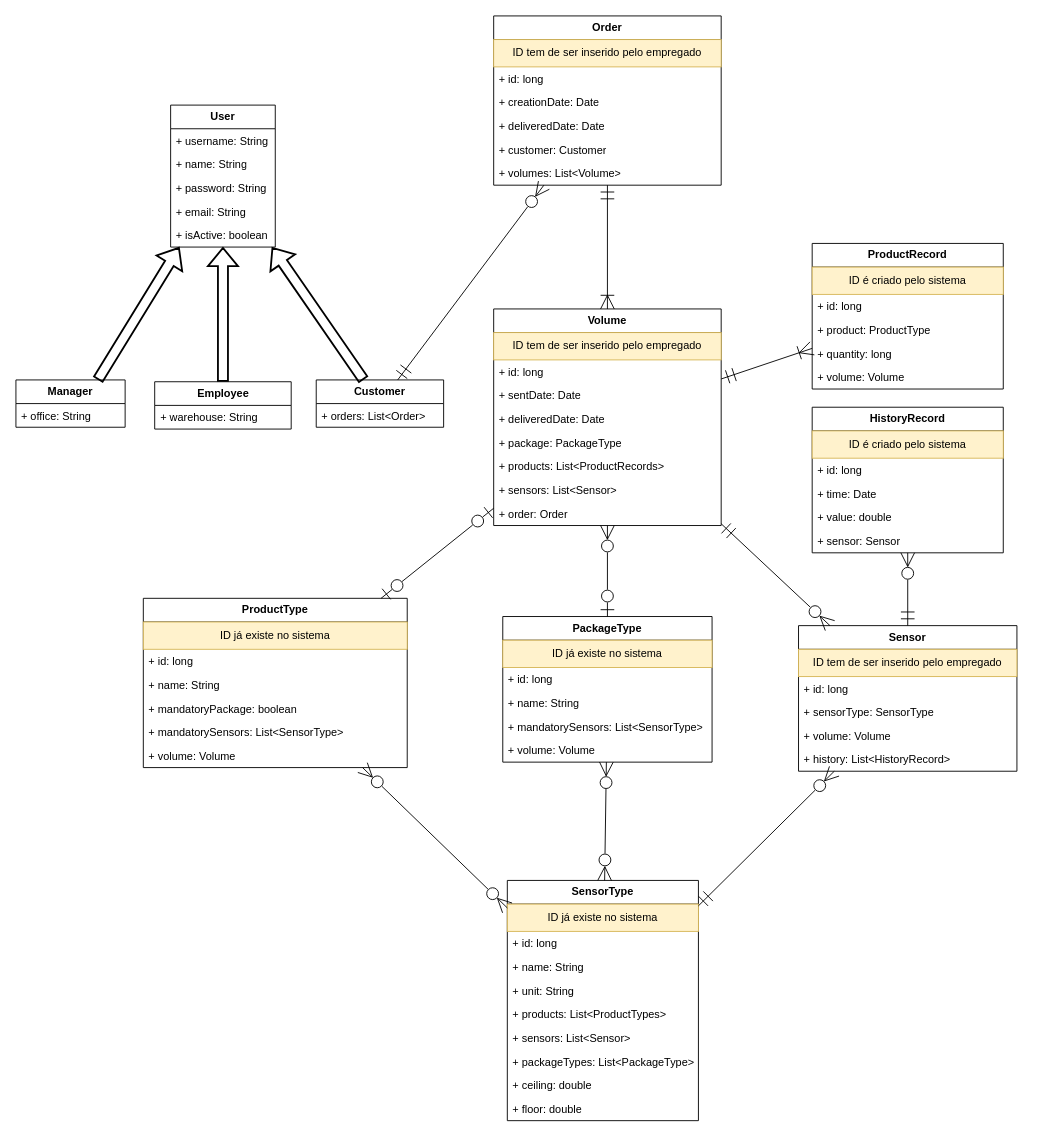
Before: ClassDiagramNew.drawio in joelsb/AppMonitor, a draw.io diagram. Source tidied: cells renumbered, new cells numbered last; positions are measured from the earlier drawing's top-left corner, leaving out a move shared by most shapes. Both pictures are drawn from the tidied source at 91%, with x=0, y=0 at pixel (15, 15).
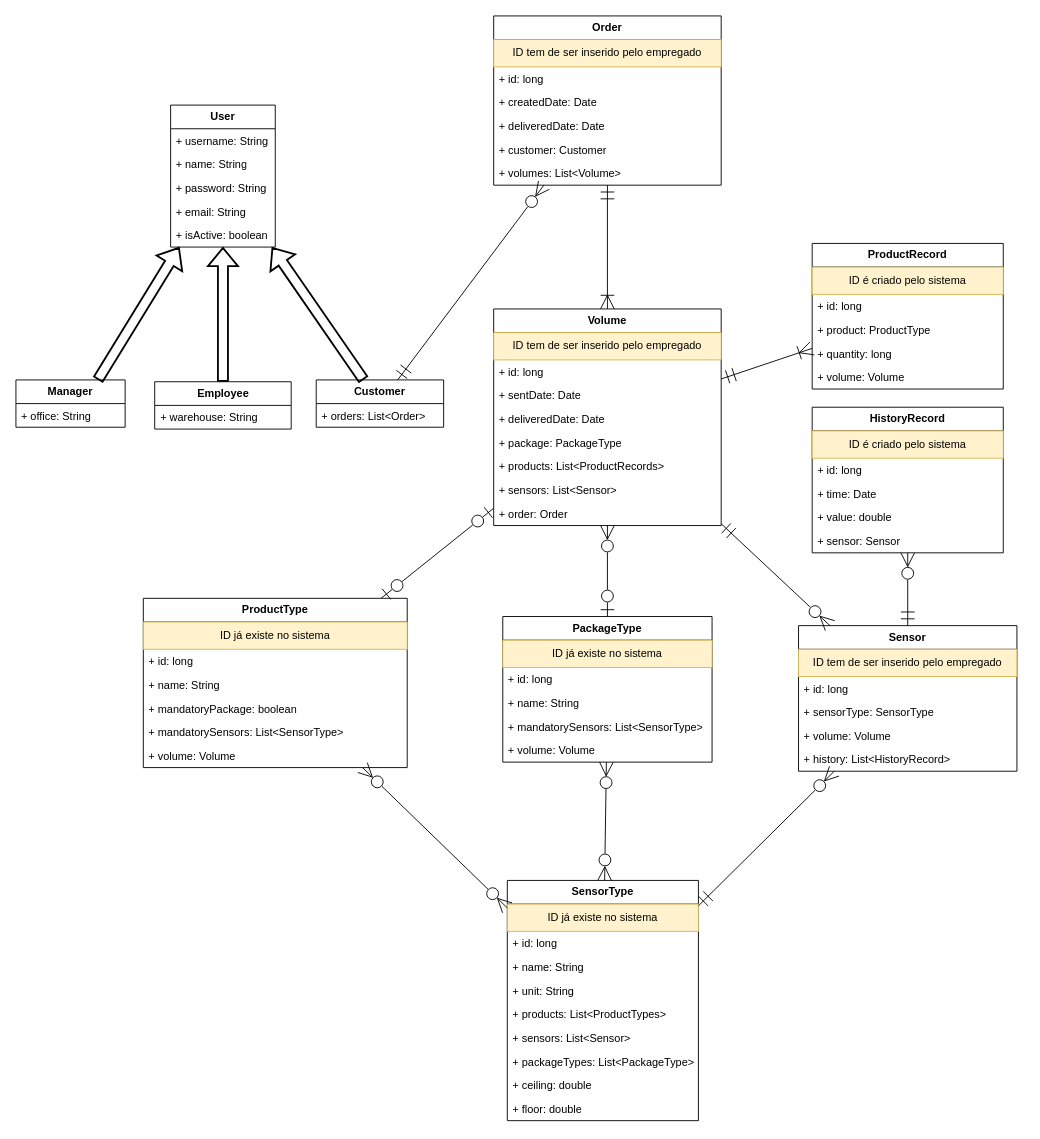
After the change.

Unchanged cells that the change refers to:
```xml
<mxCell id="2" value="&lt;b&gt;Order&lt;/b&gt;" style="swimlane;fontStyle=0;horizontal=1;startSize=26;fillColor=none;whiteSpace=wrap;html=1;" parent="1" vertex="1">
  <mxGeometry x="525" width="250" height="186" as="geometry" />
</mxCell>
```

Diff of the diagram source:
```diff
@@
-    <mxCell id="5" value="+ creationDate: Date" style="text;strokeColor=none;fillColor=none;align=left;verticalAlign=top;spacingLeft=4;spacingRight=4;overflow=hidden;whiteSpace=wrap;html=1;" parent="2" vertex="1">
+    <mxCell id="5" value="+ createdDate: Date" style="text;strokeColor=none;fillColor=none;align=left;verticalAlign=top;spacingLeft=4;spacingRight=4;overflow=hidden;whiteSpace=wrap;html=1;" parent="2" vertex="1">
       <mxGeometry y="82" width="250" height="26" as="geometry" />
     </mxCell>
```
